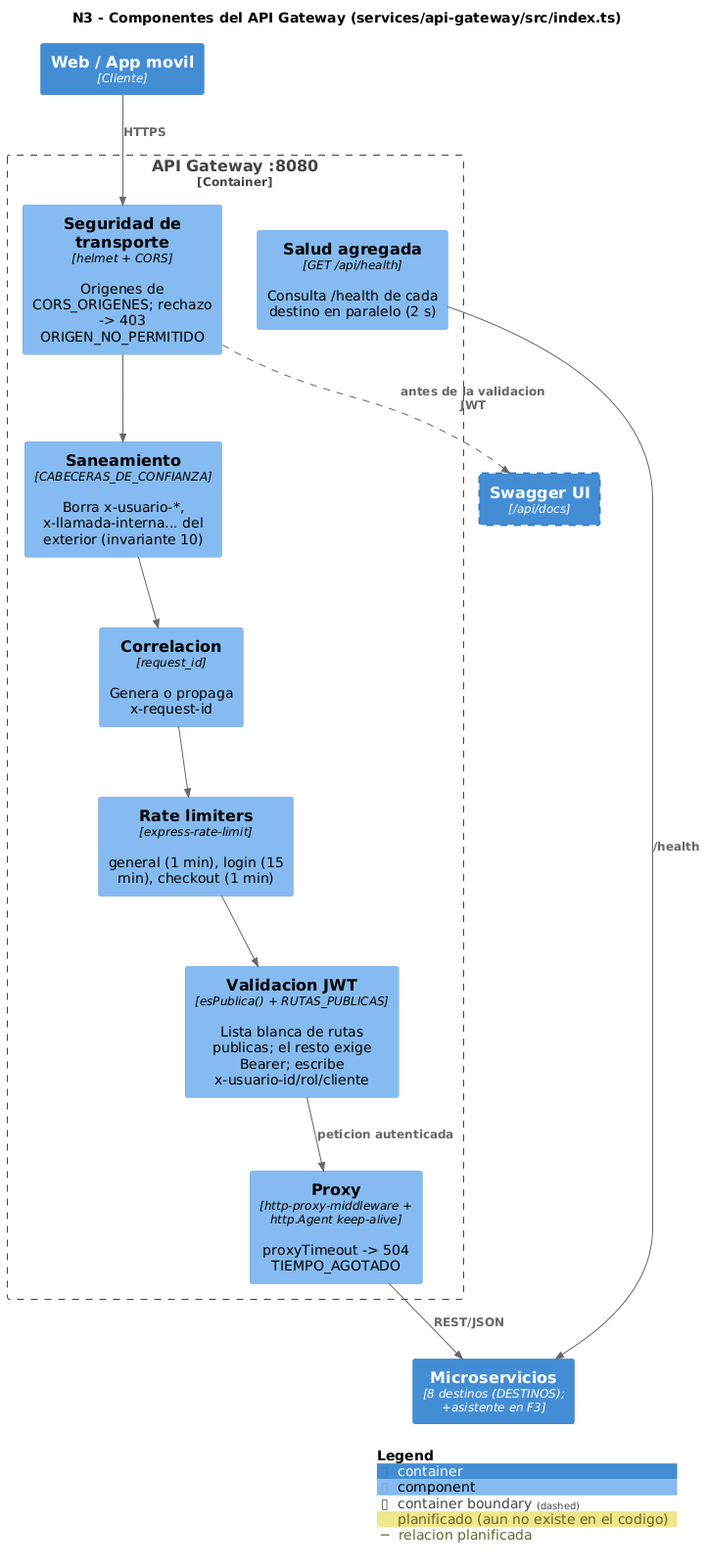
Before: docs/c4/png/03-componentes-gateway.png, a diagram exported from PlantUML (SerBy48/Proyecto-EIS-II).
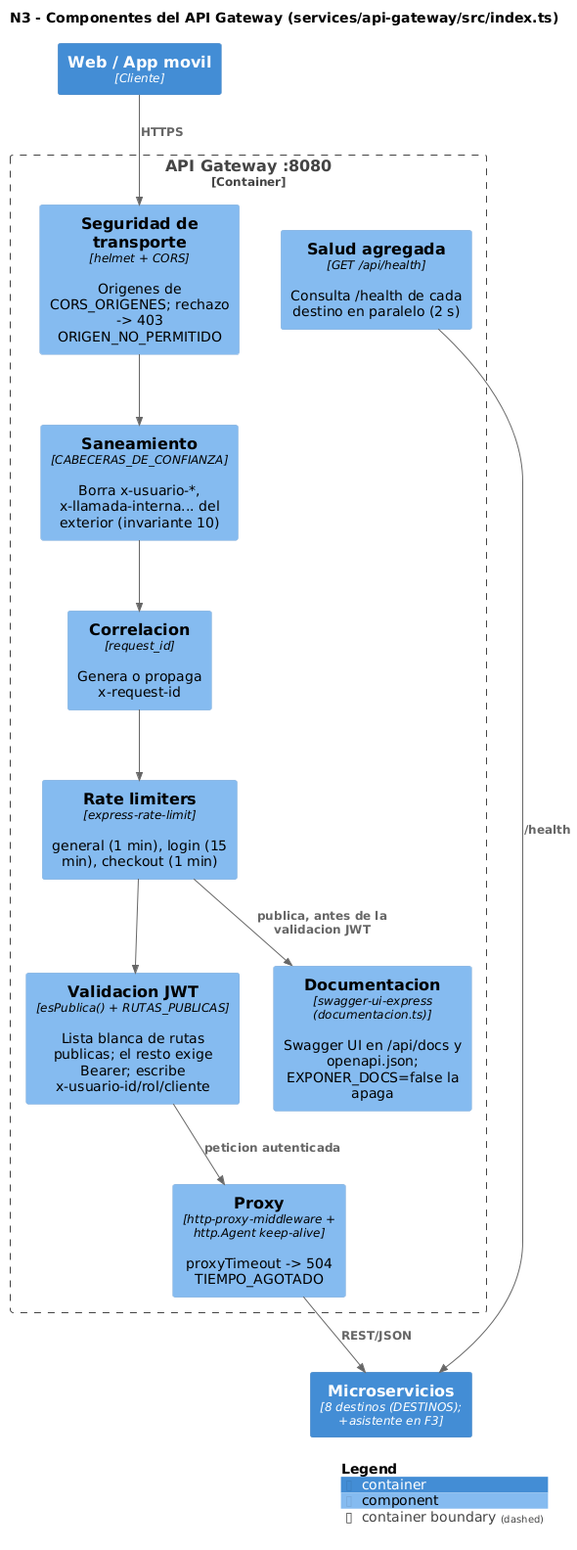
Later version of the same file.

Diff of the diagram source:
```diff
@@ -5,7 +5,6 @@
 
 Container(web, "Web / App movil", "Cliente")
 Container(servicios, "Microservicios", "8 destinos (DESTINOS); +asistente en F3")
-Container(swagger, "Swagger UI", "/api/docs", $tags="planificado")
 
 Container_Boundary(gw, "API Gateway :8080") {
   Component(seg, "Seguridad de transporte", "helmet + CORS", "Origenes de CORS_ORIGENES; rechazo -> 403 ORIGEN_NO_PERMITIDO")
@@ -14,6 +13,7 @@
   Component(rl, "Rate limiters", "express-rate-limit", "general (1 min), login (15 min), checkout (1 min)")
   Component(jwt, "Validacion JWT", "esPublica() + RUTAS_PUBLICAS", "Lista blanca de rutas publicas; el resto exige Bearer; escribe x-usuario-id/rol/cliente")
   Component(proxy, "Proxy", "http-proxy-middleware + http.Agent keep-alive", "proxyTimeout -> 504 TIEMPO_AGOTADO")
+  Component(swagger, "Documentacion", "swagger-ui-express (documentacion.ts)", "Swagger UI en /api/docs y openapi.json; EXPONER_DOCS=false la apaga")
   Component(salud, "Salud agregada", "GET /api/health", "Consulta /health de cada destino en paralelo (2 s)")
 }
 
@@ -25,6 +25,6 @@
 Rel(jwt, proxy, "peticion autenticada")
 Rel(proxy, servicios, "REST/JSON")
 Rel(salud, servicios, "/health")
-Rel(seg, swagger, "antes de la validacion JWT", $tags="planificado")
+Rel(rl, swagger, "publica, antes de la validacion JWT")
 SHOW_LEGEND()
 @enduml
```
